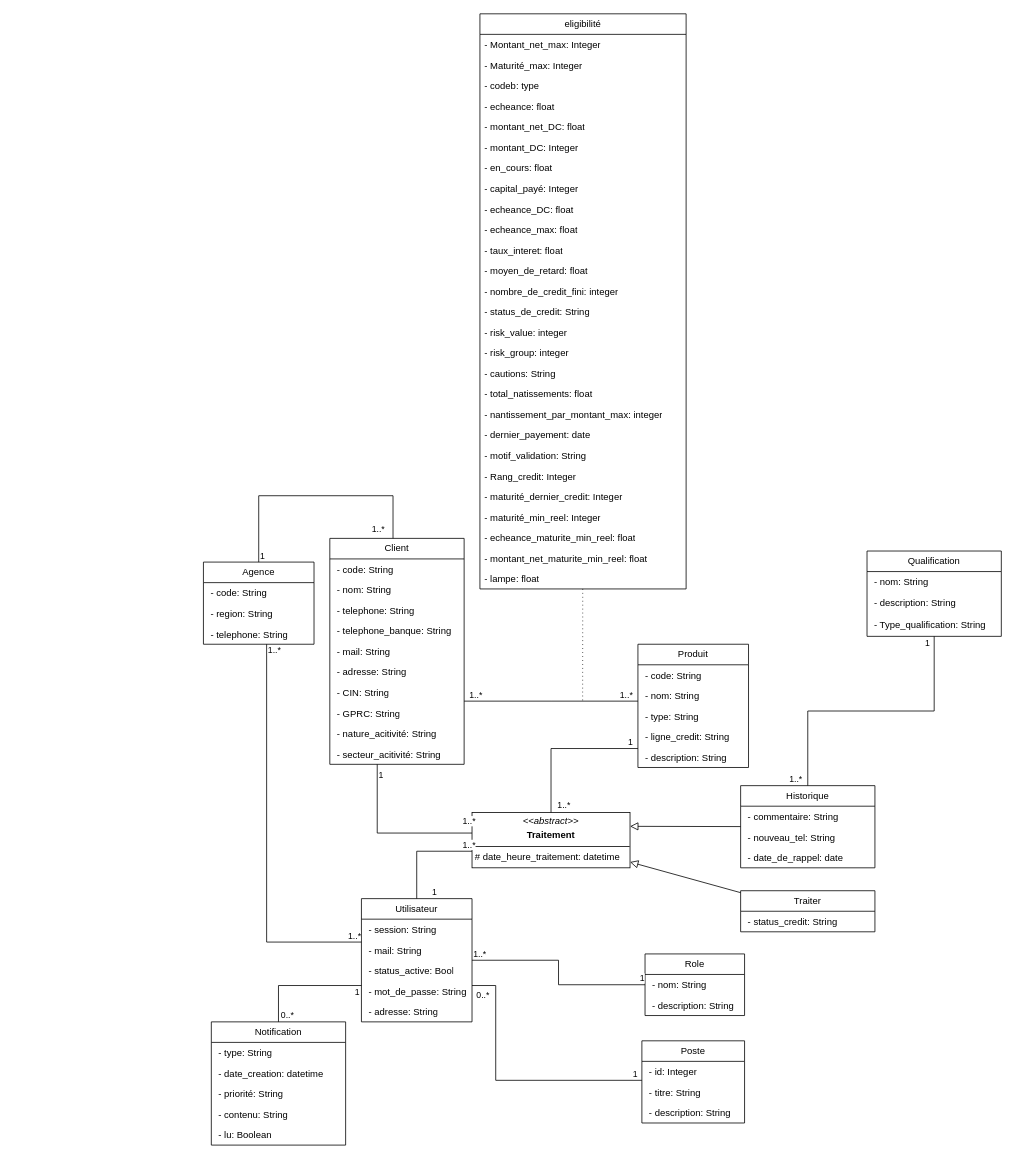
This is diagram.drawio from 34arsonEddy/ABM, a draw.io file, before an edit. Source tidied: cells renumbered, new cells numbered last; positions are measured from the earlier drawing's top-left corner, leaving out a move shared by most shapes. Both pictures are drawn from the tidied source at 79%, with x=0, y=0 at pixel (203, 13).
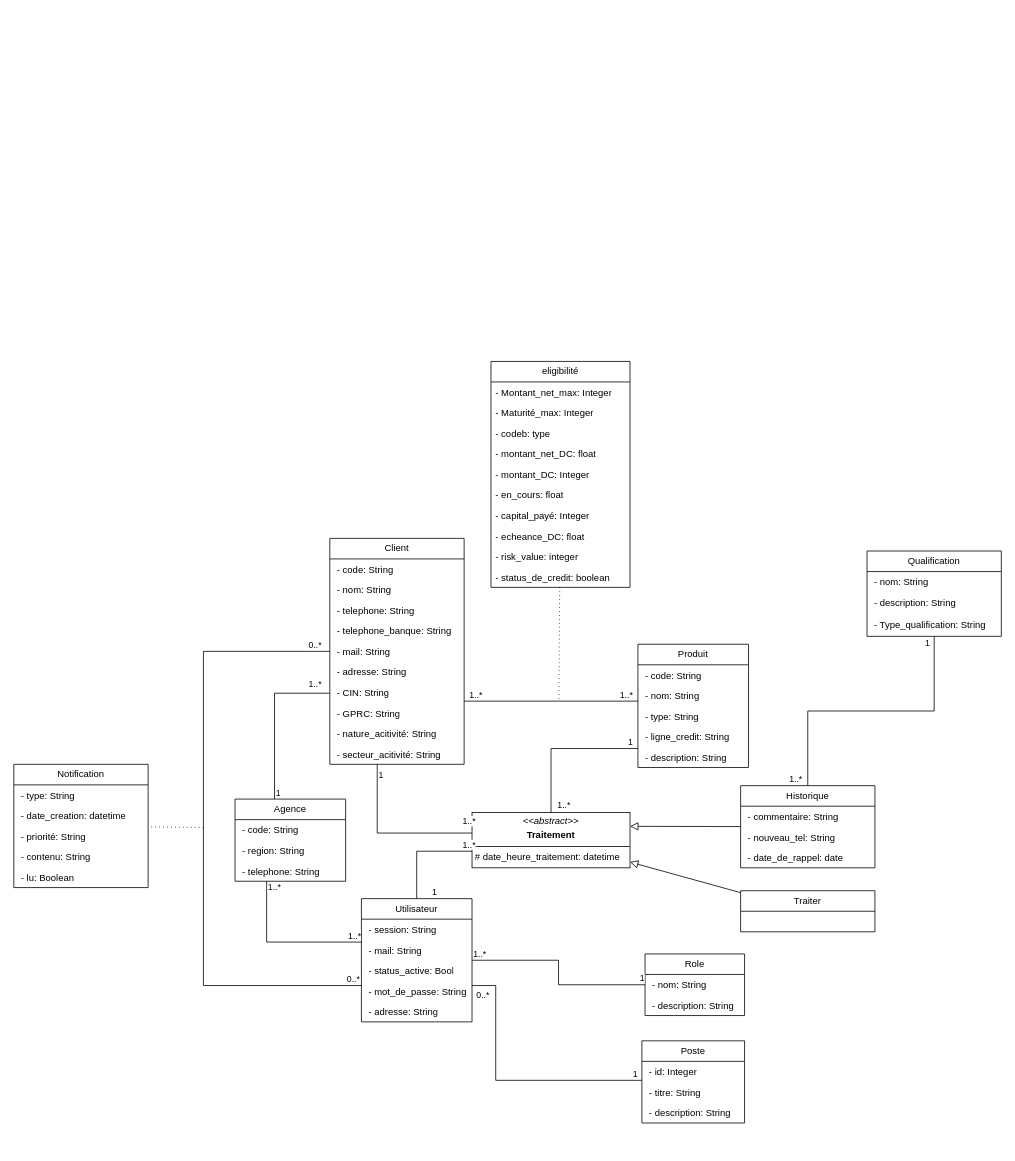
The same diagram, later.

Commit message:
Mettre à jour diagram.drawio

The change refers to these unchanged cells:
```xml
<mxCell id="2" value="Client" style="swimlane;fontStyle=0;horizontal=1;startSize=26;fillColor=none;whiteSpace=wrap;html=1;" parent="1" vertex="1">
  <mxGeometry x="160" y="664" width="170" height="286" as="geometry" />
</mxCell>
<mxCell id="23" value="Utilisateur" style="swimlane;fontStyle=0;horizontal=1;startSize=26;fillColor=none;whiteSpace=wrap;html=1;" parent="1" vertex="1">
  <mxGeometry x="200" y="1120" width="140" height="156" as="geometry" />
</mxCell>
<mxCell id="91" value="Traiter" style="swimlane;fontStyle=0;horizontal=1;startSize=26;fillColor=none;whiteSpace=wrap;html=1;shadow=0;" parent="1" vertex="1">
  <mxGeometry x="680" y="1110" width="170" height="52" as="geometry" />
</mxCell>
```

The edit, as a diff of the source:
```diff
@@
     <mxCell id="19" value="Agence" style="swimlane;fontStyle=0;horizontal=1;startSize=26;fillColor=none;whiteSpace=wrap;html=1;" parent="1" vertex="1">
-      <mxGeometry y="694" width="140" height="104" as="geometry" />
+      <mxGeometry x="40" y="994" width="140" height="104" as="geometry" />
     </mxCell>
@@
     <mxCell id="36" style="endArrow=none;html=1;edgeStyle=orthogonalEdgeStyle;rounded=0;" parent="1" edge="1" source="19" target="2">
       <mxGeometry relative="1" as="geometry">
         <Array as="points">
-          <mxPoint x="70" y="610" />
-          <mxPoint x="240" y="610" />
+          <mxPoint x="90" y="860" />
         </Array>
       </mxGeometry>
     </mxCell>
@@
     <mxCell id="51" value="eligibilité" style="swimlane;fontStyle=0;horizontal=1;startSize=26;fillColor=none;whiteSpace=wrap;html=1;" parent="1" vertex="1">
-      <mxGeometry x="350" width="261" height="728" as="geometry" />
+      <mxGeometry x="364" y="440" width="176" height="286" as="geometry" />
     </mxCell>
     <mxCell id="52" value="- Montant_net_max: Integer" style="text;strokeColor=none;fillColor=none;align=left;verticalAlign=top;spacingLeft=4;spacingRight=4;overflow=hidden;whiteSpace=wrap;html=1;" parent="51" vertex="1">
-      <mxGeometry y="26" width="261" height="26" as="geometry" />
+      <mxGeometry y="26" width="176" height="26" as="geometry" />
     </mxCell>
     <mxCell id="53" value="- Maturité_max: Integer" style="text;strokeColor=none;fillColor=none;align=left;verticalAlign=top;spacingLeft=4;spacingRight=4;overflow=hidden;whiteSpace=wrap;html=1;" parent="51" vertex="1">
-      <mxGeometry y="52" width="261" height="26" as="geometry" />
+      <mxGeometry y="52" width="176" height="26" as="geometry" />
     </mxCell>
     <mxCell id="54" value="- codeb: type" style="text;strokeColor=none;fillColor=none;align=left;verticalAlign=top;spacingLeft=4;spacingRight=4;overflow=hidden;whiteSpace=wrap;html=1;" parent="51" vertex="1">
-      <mxGeometry y="78" width="261" height="26" as="geometry" />
+      <mxGeometry y="78" width="176" height="26" as="geometry" />
     </mxCell>
-    <mxCell id="55" value="- echeance: float" style="text;strokeColor=none;fillColor=none;align=left;verticalAlign=top;spacingLeft=4;spacingRight=4;overflow=hidden;whiteSpace=wrap;html=1;" parent="51" vertex="1">
-      <mxGeometry y="104" width="261" height="26" as="geometry" />
-    </mxCell>
     <mxCell id="56" value="- montant_net_DC: float" style="text;strokeColor=none;fillColor=none;align=left;verticalAlign=top;spacingLeft=4;spacingRight=4;overflow=hidden;whiteSpace=wrap;html=1;" parent="51" vertex="1">
-      <mxGeometry y="130" width="261" height="26" as="geometry" />
+      <mxGeometry y="104" width="176" height="26" as="geometry" />
     </mxCell>
     <mxCell id="57" value="- montant_DC: Integer" style="text;strokeColor=none;fillColor=none;align=left;verticalAlign=top;spacingLeft=4;spacingRight=4;overflow=hidden;whiteSpace=wrap;html=1;" parent="51" vertex="1">
-      <mxGeometry y="156" width="261" height="26" as="geometry" />
+      <mxGeometry y="130" width="176" height="26" as="geometry" />
     </mxCell>
     <mxCell id="58" value="- en_cours: float" style="text;strokeColor=none;fillColor=none;align=left;verticalAlign=top;spacingLeft=4;spacingRight=4;overflow=hidden;whiteSpace=wrap;html=1;" parent="51" vertex="1">
-      <mxGeometry y="182" width="261" height="26" as="geometry" />
+      <mxGeometry y="156" width="176" height="26" as="geometry" />
     </mxCell>
     <mxCell id="59" value="- capital_payé: Integer" style="text;strokeColor=none;fillColor=none;align=left;verticalAlign=top;spacingLeft=4;spacingRight=4;overflow=hidden;whiteSpace=wrap;html=1;" parent="51" vertex="1">
-      <mxGeometry y="208" width="261" height="26" as="geometry" />
+      <mxGeometry y="182" width="176" height="26" as="geometry" />
     </mxCell>
     <mxCell id="60" value="- echeance_DC: float" style="text;strokeColor=none;fillColor=none;align=left;verticalAlign=top;spacingLeft=4;spacingRight=4;overflow=hidden;whiteSpace=wrap;html=1;" parent="51" vertex="1">
-      <mxGeometry y="234" width="261" height="26" as="geometry" />
+      <mxGeometry y="208" width="176" height="26" as="geometry" />
     </mxCell>
-    <mxCell id="61" value="- echeance_max: float" style="text;strokeColor=none;fillColor=none;align=left;verticalAlign=top;spacingLeft=4;spacingRight=4;overflow=hidden;whiteSpace=wrap;html=1;" parent="51" vertex="1">
-      <mxGeometry y="260" width="261" height="26" as="geometry" />
-    </mxCell>
-    <mxCell id="62" value="- taux_interet: float" style="text;strokeColor=none;fillColor=none;align=left;verticalAlign=top;spacingLeft=4;spacingRight=4;overflow=hidden;whiteSpace=wrap;html=1;" parent="51" vertex="1">
-      <mxGeometry y="286" width="261" height="26" as="geometry" />
-    </mxCell>
-    <mxCell id="63" value="- moyen_de_retard: float" style="text;strokeColor=none;fillColor=none;align=left;verticalAlign=top;spacingLeft=4;spacingRight=4;overflow=hidden;whiteSpace=wrap;html=1;" parent="51" vertex="1">
-      <mxGeometry y="312" width="261" height="26" as="geometry" />
-    </mxCell>
-    <mxCell id="64" value="- nombre_de_credit_fini: integer" style="text;strokeColor=none;fillColor=none;align=left;verticalAlign=top;spacingLeft=4;spacingRight=4;overflow=hidden;whiteSpace=wrap;html=1;" parent="51" vertex="1">
-      <mxGeometry y="338" width="261" height="26" as="geometry" />
-    </mxCell>
+    <mxCell id="66" value="- risk_value: integer" style="text;strokeColor=none;fillColor=none;align=left;verticalAlign=top;spacingLeft=4;spacingRight=4;overflow=hidden;whiteSpace=wrap;html=1;" parent="51" vertex="1">
+      <mxGeometry y="234" width="176" height="26" as="geometry" />
+    </mxCell>
-    <mxCell id="65" value="- status_de_credit: String" style="text;strokeColor=none;fillColor=none;align=left;verticalAlign=top;spacingLeft=4;spacingRight=4;overflow=hidden;whiteSpace=wrap;html=1;" parent="51" vertex="1">
-      <mxGeometry y="364" width="261" height="26" as="geometry" />
+    <mxCell id="65" value="- status_de_credit: boolean" style="text;strokeColor=none;fillColor=none;align=left;verticalAlign=top;spacingLeft=4;spacingRight=4;overflow=hidden;whiteSpace=wrap;html=1;" parent="51" vertex="1">
+      <mxGeometry y="260" width="176" height="26" as="geometry" />
     </mxCell>
-    <mxCell id="66" value="- risk_value: integer" style="text;strokeColor=none;fillColor=none;align=left;verticalAlign=top;spacingLeft=4;spacingRight=4;overflow=hidden;whiteSpace=wrap;html=1;" parent="51" vertex="1">
-      <mxGeometry y="390" width="261" height="26" as="geometry" />
-    </mxCell>
-    <mxCell id="67" value="- risk_group: integer" style="text;strokeColor=none;fillColor=none;align=left;verticalAlign=top;spacingLeft=4;spacingRight=4;overflow=hidden;whiteSpace=wrap;html=1;" parent="51" vertex="1">
-      <mxGeometry y="416" width="261" height="26" as="geometry" />
-    </mxCell>
-    <mxCell id="68" value="- cautions: String" style="text;strokeColor=none;fillColor=none;align=left;verticalAlign=top;spacingLeft=4;spacingRight=4;overflow=hidden;whiteSpace=wrap;html=1;" parent="51" vertex="1">
-      <mxGeometry y="442" width="261" height="26" as="geometry" />
-    </mxCell>
-    <mxCell id="69" value="- total_natissements: float" style="text;strokeColor=none;fillColor=none;align=left;verticalAlign=top;spacingLeft=4;spacingRight=4;overflow=hidden;whiteSpace=wrap;html=1;" parent="51" vertex="1">
-      <mxGeometry y="468" width="261" height="26" as="geometry" />
-    </mxCell>
-    <mxCell id="70" value="- nantissement_par_montant_max: integer" style="text;strokeColor=none;fillColor=none;align=left;verticalAlign=top;spacingLeft=4;spacingRight=4;overflow=hidden;whiteSpace=wrap;html=1;" parent="51" vertex="1">
-      <mxGeometry y="494" width="261" height="26" as="geometry" />
-    </mxCell>
-    <mxCell id="71" value="- dernier_payement: date" style="text;strokeColor=none;fillColor=none;align=left;verticalAlign=top;spacingLeft=4;spacingRight=4;overflow=hidden;whiteSpace=wrap;html=1;" parent="51" vertex="1">
-      <mxGeometry y="520" width="261" height="26" as="geometry" />
-    </mxCell>
-    <mxCell id="72" value="- motif_validation: String" style="text;strokeColor=none;fillColor=none;align=left;verticalAlign=top;spacingLeft=4;spacingRight=4;overflow=hidden;whiteSpace=wrap;html=1;" parent="51" vertex="1">
-      <mxGeometry y="546" width="261" height="26" as="geometry" />
-    </mxCell>
-    <mxCell id="73" value="- Rang_credit: Integer" style="text;strokeColor=none;fillColor=none;align=left;verticalAlign=top;spacingLeft=4;spacingRight=4;overflow=hidden;whiteSpace=wrap;html=1;" parent="51" vertex="1">
-      <mxGeometry y="572" width="261" height="26" as="geometry" />
-    </mxCell>
-    <mxCell id="74" value="- maturité_dernier_credit: Integer" style="text;strokeColor=none;fillColor=none;align=left;verticalAlign=top;spacingLeft=4;spacingRight=4;overflow=hidden;whiteSpace=wrap;html=1;" parent="51" vertex="1">
-      <mxGeometry y="598" width="261" height="26" as="geometry" />
-    </mxCell>
-    <mxCell id="75" value="- maturité_min_reel: Integer" style="text;strokeColor=none;fillColor=none;align=left;verticalAlign=top;spacingLeft=4;spacingRight=4;overflow=hidden;whiteSpace=wrap;html=1;" parent="51" vertex="1">
-      <mxGeometry y="624" width="261" height="26" as="geometry" />
-    </mxCell>
-    <mxCell id="76" value="- echeance_maturite_min_reel: float" style="text;strokeColor=none;fillColor=none;align=left;verticalAlign=top;spacingLeft=4;spacingRight=4;overflow=hidden;whiteSpace=wrap;html=1;" parent="51" vertex="1">
-      <mxGeometry y="650" width="261" height="26" as="geometry" />
-    </mxCell>
-    <mxCell id="77" value="- montant_net_maturite_min_reel: float" style="text;strokeColor=none;fillColor=none;align=left;verticalAlign=top;spacingLeft=4;spacingRight=4;overflow=hidden;whiteSpace=wrap;html=1;" parent="51" vertex="1">
-      <mxGeometry y="676" width="261" height="26" as="geometry" />
-    </mxCell>
-    <mxCell id="78" value="- lampe: float" style="text;strokeColor=none;fillColor=none;align=left;verticalAlign=top;spacingLeft=4;spacingRight=4;overflow=hidden;whiteSpace=wrap;html=1;" parent="51" vertex="1">
-      <mxGeometry y="702" width="261" height="26" as="geometry" />
-    </mxCell>
     <mxCell id="79" style="endArrow=none;dashed=1;html=1;dashPattern=1 4;strokeWidth=1;rounded=0;jumpSize=2;endSize=2;startSize=5;" parent="1" edge="1" source="51">
       <mxGeometry relative="1" as="geometry">
-        <mxPoint x="480" y="870" as="targetPoint" />
+        <mxPoint x="450" y="870" as="targetPoint" />
       </mxGeometry>
     </mxCell>
@@
-    <mxCell id="92" value="&amp;nbsp;-&amp;nbsp;status_credit: String" style="text;strokeColor=none;fillColor=none;align=left;verticalAlign=top;spacingLeft=4;spacingRight=4;overflow=hidden;whiteSpace=wrap;html=1;" parent="91" vertex="1">
-      <mxGeometry y="26" width="170" height="26" as="geometry" />
-    </mxCell>
@@
     <mxCell id="107" value="Notification" style="swimlane;fontStyle=0;horizontal=1;startSize=26;fillColor=none;whiteSpace=wrap;html=1;" parent="1" vertex="1">
-      <mxGeometry x="10" y="1276" width="170" height="156" as="geometry" />
+      <mxGeometry x="-240" y="950" width="170" height="156" as="geometry" />
     </mxCell>
@@
-    <mxCell id="113" style="endArrow=none;html=1;edgeStyle=orthogonalEdgeStyle;rounded=0;" parent="1" edge="1" source="23" target="107">
+    <mxCell id="113" style="endArrow=none;html=1;edgeStyle=orthogonalEdgeStyle;rounded=0;" parent="1" edge="1" source="23" target="2">
       <mxGeometry relative="1" as="geometry">
         <Array as="points">
-          <mxPoint x="95" y="1230" />
+          <mxPoint y="1230" />
+          <mxPoint y="807" />
         </Array>
       </mxGeometry>
     </mxCell>
-    <mxCell id="114" value="1" style="edgeLabel;html=1;align=left;verticalAlign=bottom;" parent="113" vertex="1">
+    <mxCell id="114" value="0..*" style="edgeLabel;html=1;align=left;verticalAlign=bottom;" parent="113" vertex="1">
       <mxGeometry x="-1" relative="1" as="geometry">
-        <mxPoint x="-10" y="16" as="offset" />
+        <mxPoint x="-20" as="offset" />
       </mxGeometry>
     </mxCell>
     <mxCell id="115" value="0..*" style="edgeLabel;html=1;align=right;verticalAlign=bottom;" parent="113" vertex="1">
       <mxGeometry x="1" relative="1" as="geometry">
-        <mxPoint x="20" as="offset" />
+        <mxPoint x="-10" as="offset" />
       </mxGeometry>
     </mxCell>
+    <mxCell id="116" style="endArrow=none;dashed=1;html=1;dashPattern=1 4;strokeWidth=1;rounded=0;jumpSize=2;endSize=2;startSize=5;" parent="1" edge="1" target="107">
+      <mxGeometry relative="1" as="geometry">
+        <mxPoint y="1030" as="sourcePoint" />
+      </mxGeometry>
+    </mxCell>
```
